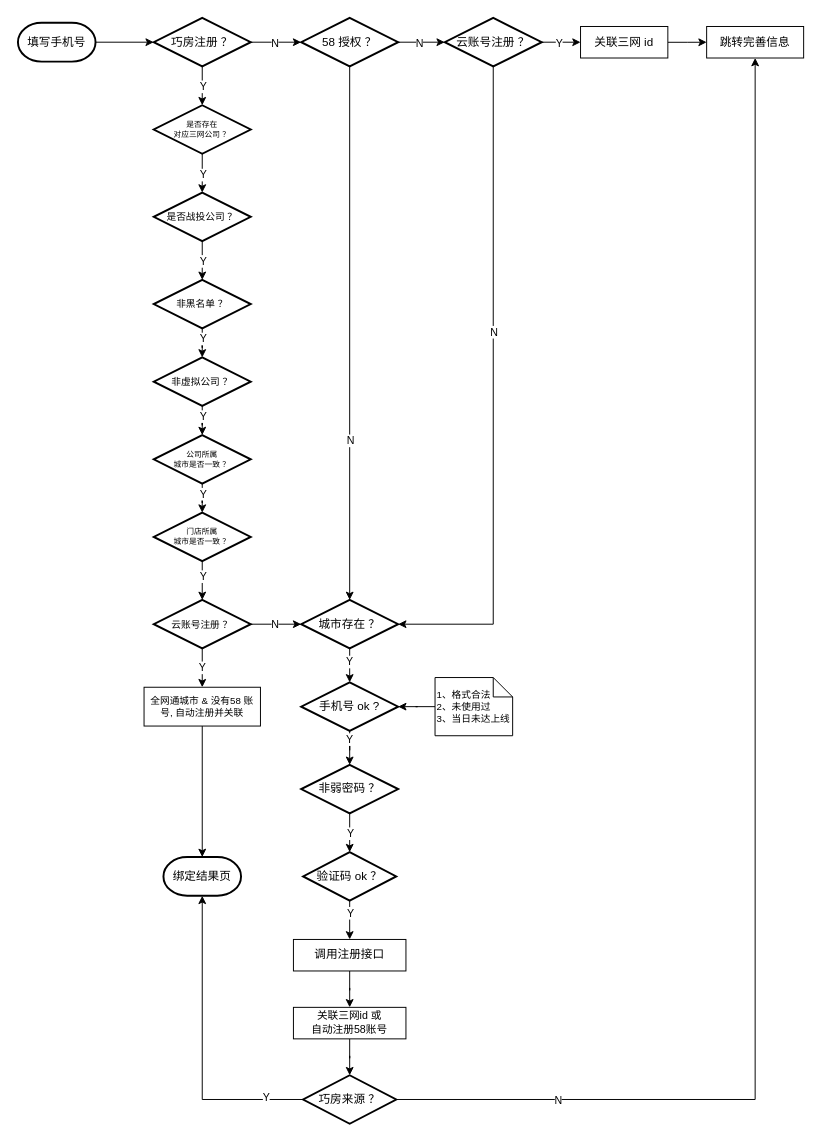
The draw.io diagram 58/三网注册.drawio in Y130/draw.io, before the edit. Source tidied: cells renumbered, new cells numbered last; positions are measured from the earlier drawing's top-left corner, leaving out a move shared by most shapes. Both pictures are drawn from the tidied source at 97%, with x=0, y=0 at pixel (17, 17).
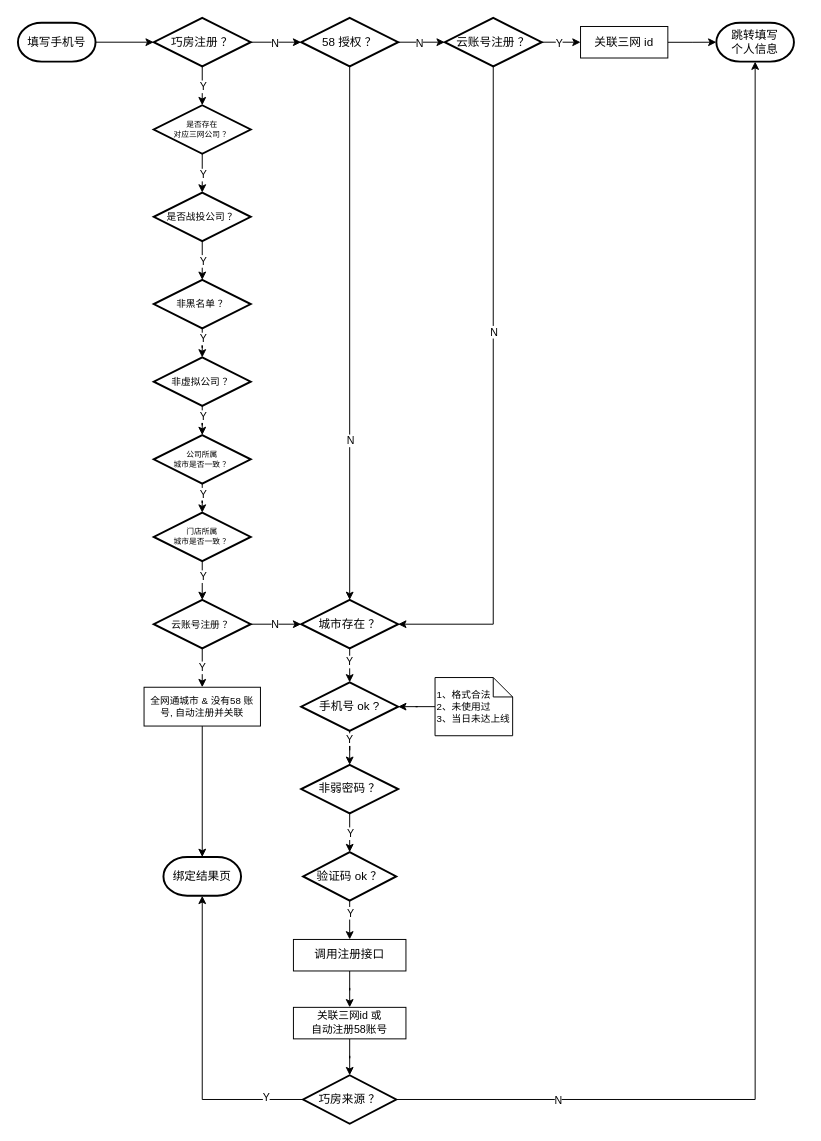
The same diagram, later.

Commit message (it also covers changes not shown here):
更新三网注册.drawio

Unchanged cells that the change refers to:
```xml
<mxCell id="45" value="关联三网 id" style="rounded=0;whiteSpace=wrap;html=1;fontSize=12;" parent="1" vertex="1">
  <mxGeometry x="580" y="8.8" width="90" height="32.5" as="geometry" />
</mxCell>
<mxCell id="68" value="巧房来源 ？" style="strokeWidth=2;html=1;shape=mxgraph.flowchart.decision;whiteSpace=wrap;fontSize=12;" parent="1" vertex="1">
  <mxGeometry x="294" y="1090" width="96" height="50" as="geometry" />
</mxCell>
```

Change to the diagram source:
```diff
@@
-    <mxCell id="44" style="edgeStyle=orthogonalEdgeStyle;rounded=0;jettySize=auto;html=1;entryX=0;entryY=0.5;entryDx=0;entryDy=0;" parent="1" edge="1" source="45" target="46">
-      <mxGeometry relative="1" as="geometry" />
-    </mxCell>
+    <mxCell id="69" style="edgeStyle=orthogonalEdgeStyle;rounded=0;jettySize=auto;html=1;entryX=0;entryY=0.5;entryDx=0;entryDy=0;entryPerimeter=0;" parent="1" edge="1" source="45" target="70">
+      <mxGeometry relative="1" as="geometry" />
+    </mxCell>
@@
-    <mxCell id="46" value="跳转完善信息" style="rounded=0;whiteSpace=wrap;html=1;fontSize=12;" parent="1" vertex="1">
-      <mxGeometry x="710" y="8.8" width="100" height="32.5" as="geometry" />
-    </mxCell>
@@
-    <mxCell id="66" style="edgeStyle=orthogonalEdgeStyle;rounded=0;jettySize=auto;html=1;" parent="1" edge="1" source="68" target="46">
+    <mxCell id="66" style="edgeStyle=orthogonalEdgeStyle;rounded=0;jettySize=auto;html=1;entryX=0.5;entryY=1;entryDx=0;entryDy=0;entryPerimeter=0;" parent="1" edge="1" source="68" target="70">
       <mxGeometry relative="1" as="geometry" />
     </mxCell>
@@
+    <mxCell id="70" value="跳转填写&lt;br&gt;个人信息" style="strokeWidth=2;html=1;shape=mxgraph.flowchart.terminator;whiteSpace=wrap;" parent="1" vertex="1">
+      <mxGeometry x="720" y="5" width="80" height="40" as="geometry" />
+    </mxCell>
```
